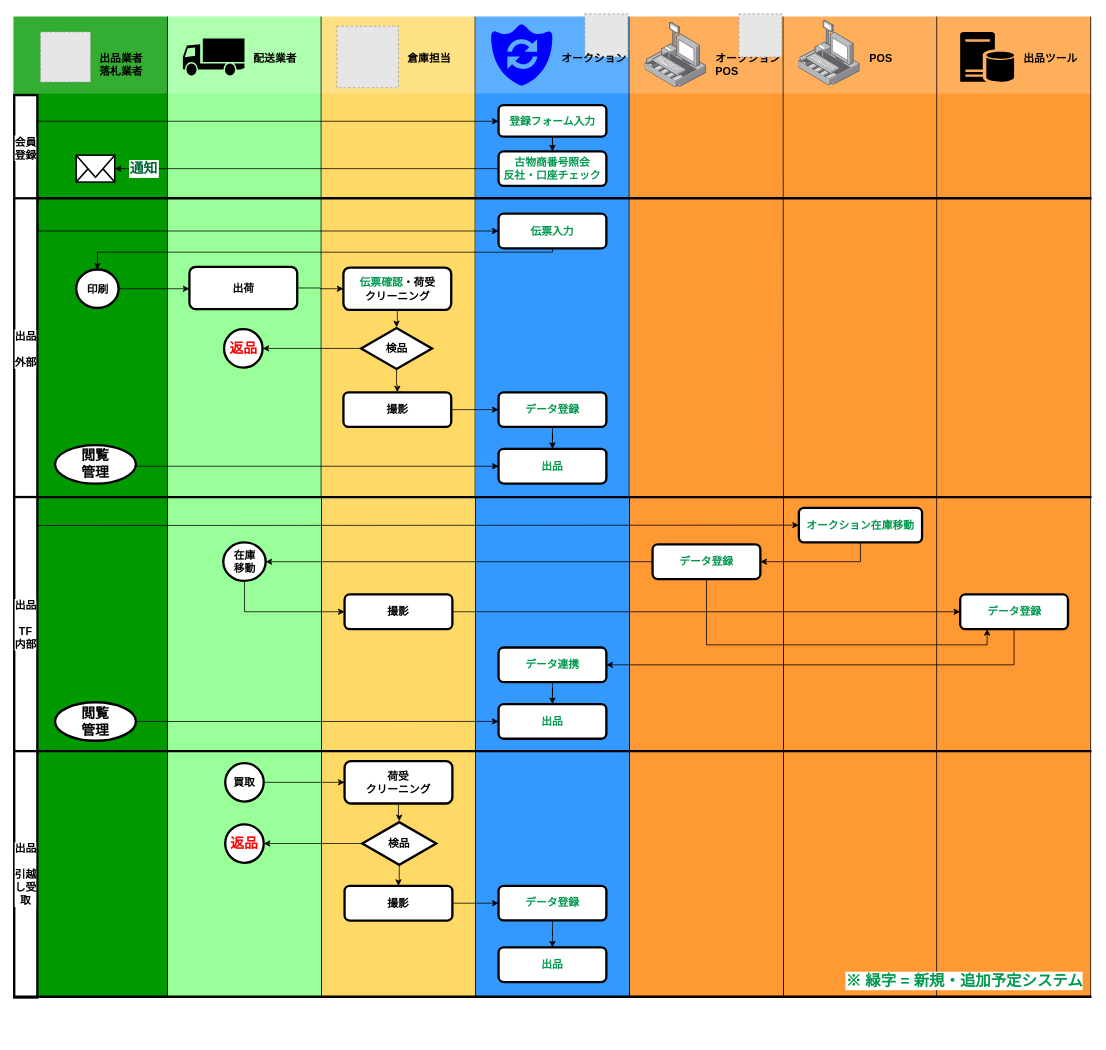
Earlier version of the draw.io diagram 業務フロー図.drawio (cy-shuhei-ohno/test). Source tidied: cells renumbered, new cells numbered last; positions are measured from the earlier drawing's top-left corner, leaving out a move shared by most shapes. Both pictures are drawn from the tidied source at 77%, with x=0, y=0 at pixel (13, 13). Pictures stored in the file or linked from it are replaced by grey dashed boxes.
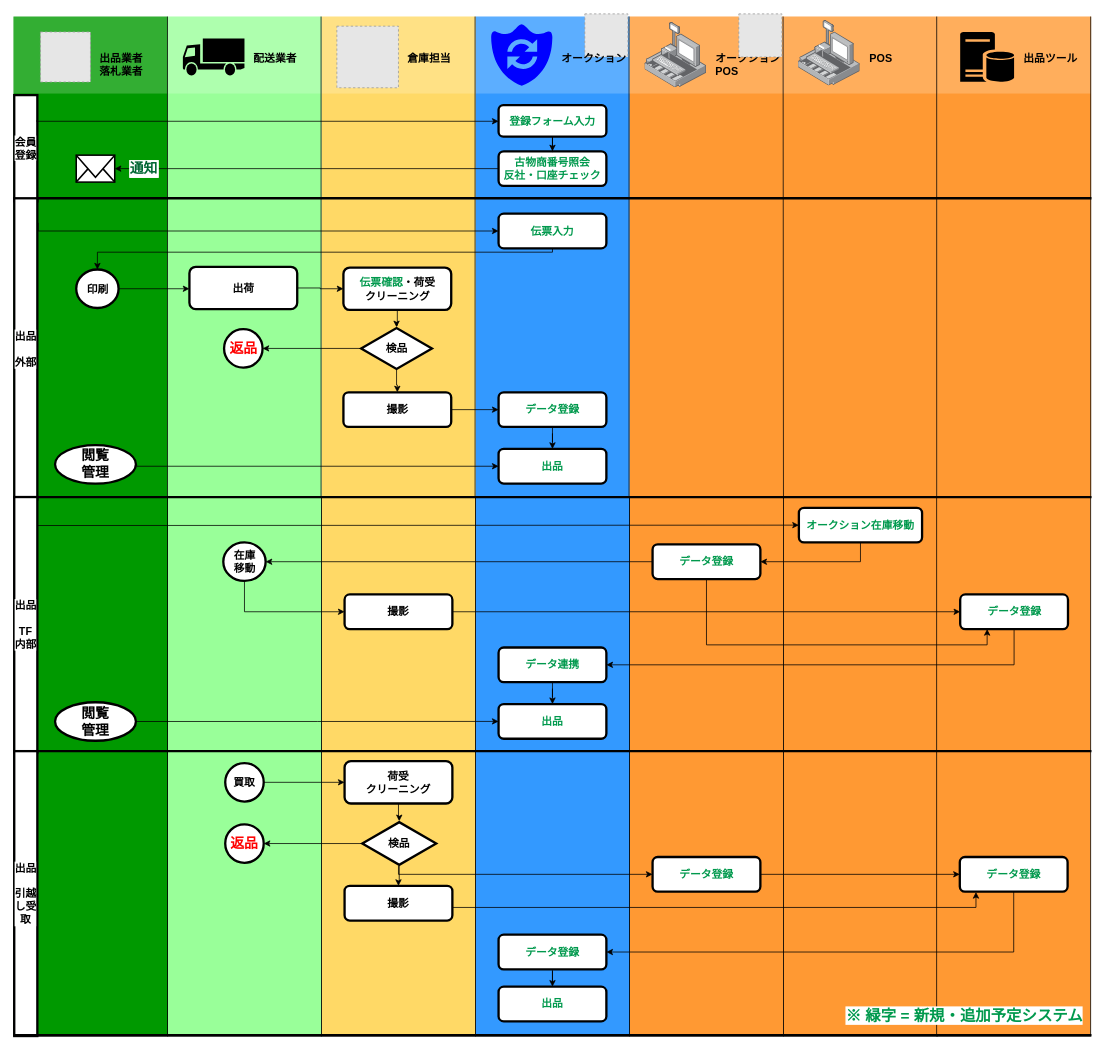
After the change.

Commit message:
Update 業務フロー図.drawio

Unchanged cells that the change refers to:
```xml
<mxCell id="103" value="検品" style="html=1;whiteSpace=wrap;shape=isoRectangle;labelBackgroundColor=#ffffff;strokeWidth=3;fontSize=14;align=center;fontStyle=1;" parent="1" vertex="1">
  <mxGeometry x="453" y="1049" width="96" height="58" as="geometry" />
</mxCell>
<mxCell id="105" value="撮影" style="rounded=1;whiteSpace=wrap;html=1;labelBackgroundColor=#ffffff;strokeWidth=3;fillColor=#FFFFFF;gradientColor=none;fontSize=14;fontColor=#000000;align=center;fontStyle=1;" parent="1" vertex="1">
  <mxGeometry x="430" y="1133" width="140" height="45" as="geometry" />
</mxCell>
```

Diff of the diagram source:
```diff
@@
     <mxCell id="2" style="whiteSpace=wrap;html=1;labelBackgroundColor=#ffffff;fontSize=14;fontColor=#0000FF;align=left;strokeColor=#000000;fillColor=#FF9933;" parent="1" vertex="1">
-      <mxGeometry x="1000" y="628" width="200" height="650" as="geometry" />
+      <mxGeometry x="1000" y="628" width="200" height="700" as="geometry" />
     </mxCell>
     <mxCell id="3" style="whiteSpace=wrap;html=1;labelBackgroundColor=#ffffff;fontSize=14;fontColor=#0000FF;align=left;strokeColor=#000000;fillColor=#FF9933;" parent="1" vertex="1">
-      <mxGeometry x="1199" y="628" width="200" height="650" as="geometry" />
+      <mxGeometry x="1199" y="628" width="200" height="700" as="geometry" />
     </mxCell>
@@
     <mxCell id="5" style="whiteSpace=wrap;html=1;labelBackgroundColor=#ffffff;fontSize=14;fontColor=#0000FF;align=left;strokeColor=#000000;fillColor=#FF9933;" parent="1" vertex="1">
-      <mxGeometry x="800" y="628" width="200" height="650" as="geometry" />
+      <mxGeometry x="800" y="628" width="200" height="700" as="geometry" />
     </mxCell>
     <mxCell id="6" style="whiteSpace=wrap;html=1;labelBackgroundColor=#ffffff;fontSize=14;fontColor=#0000FF;align=left;strokeColor=#000000;fillColor=#3399FF;" parent="1" vertex="1">
-      <mxGeometry x="600" y="628" width="200" height="650" as="geometry" />
+      <mxGeometry x="600" y="628" width="200" height="700" as="geometry" />
     </mxCell>
     <mxCell id="7" style="whiteSpace=wrap;html=1;labelBackgroundColor=#ffffff;fontSize=14;fontColor=#0000FF;align=left;strokeColor=#000000;fillColor=#FFD966;" parent="1" vertex="1">
-      <mxGeometry x="400" y="628" width="200" height="650" as="geometry" />
+      <mxGeometry x="400" y="628" width="200" height="700" as="geometry" />
     </mxCell>
     <mxCell id="8" style="whiteSpace=wrap;html=1;labelBackgroundColor=#ffffff;fontSize=14;fontColor=#99FF99;align=left;strokeColor=#000000;fillColor=#99FF99;" parent="1" vertex="1">
-      <mxGeometry x="200" y="628" width="200" height="650" as="geometry" />
+      <mxGeometry x="200" y="628" width="200" height="700" as="geometry" />
     </mxCell>
     <mxCell id="9" style="whiteSpace=wrap;html=1;labelBackgroundColor=#ffffff;fontSize=14;fontColor=#0000FF;align=left;strokeColor=#000000;fillColor=#009900;" parent="1" vertex="1">
-      <mxGeometry y="628" width="200" height="650" as="geometry" />
+      <mxGeometry y="628" width="200" height="700" as="geometry" />
     </mxCell>
@@
     <mxCell id="97" value="出品&lt;br&gt;&lt;br&gt;引越し受取&lt;br&gt;" style="rounded=0;whiteSpace=wrap;html=1;labelBackgroundColor=#ffffff;strokeWidth=3;fillColor=#FFFFFF;gradientColor=none;fontSize=14;fontColor=#000000;align=center;fontStyle=1;" parent="1" vertex="1">
-      <mxGeometry x="1" y="958" width="30" height="320" as="geometry" />
+      <mxGeometry x="1" y="958" width="30" height="370" as="geometry" />
     </mxCell>
     <mxCell id="98" style="endArrow=none;html=1;strokeWidth=3;fontSize=18;fontColor=#0000FF;" parent="1" edge="1">
       <mxGeometry relative="1" as="geometry">
-        <mxPoint x="1" y="1277" as="sourcePoint" />
-        <mxPoint x="1400" y="1277" as="targetPoint" />
+        <mxPoint x="1" y="1327" as="sourcePoint" />
+        <mxPoint x="1400" y="1327" as="targetPoint" />
       </mxGeometry>
     </mxCell>
@@
+    <mxCell id="119" style="edgeStyle=orthogonalEdgeStyle;rounded=0;jettySize=auto;html=1;entryX=0;entryY=0.5;entryDx=0;entryDy=0;" parent="1" edge="1" source="103" target="122">
+      <mxGeometry relative="1" as="geometry">
+        <Array as="points">
+          <mxPoint x="500" y="1118" />
+        </Array>
+      </mxGeometry>
+    </mxCell>
@@
-    <mxCell id="104" style="edgeStyle=orthogonalEdgeStyle;rounded=0;jettySize=auto;html=1;entryX=0;entryY=0.5;entryDx=0;entryDy=0;" parent="1" edge="1" source="105" target="110">
-      <mxGeometry relative="1" as="geometry" />
-    </mxCell>
+    <mxCell id="120" style="edgeStyle=orthogonalEdgeStyle;rounded=0;jettySize=auto;html=1;" parent="1" edge="1" source="105">
+      <mxGeometry relative="1" as="geometry">
+        <mxPoint x="1250" y="1141" as="targetPoint" />
+        <Array as="points">
+          <mxPoint x="570" y="1161" />
+          <mxPoint x="1250" y="1161" />
+        </Array>
+      </mxGeometry>
+    </mxCell>
@@
     <mxCell id="110" value="データ登録" style="rounded=1;whiteSpace=wrap;html=1;labelBackgroundColor=#ffffff;strokeWidth=3;fillColor=#FFFFFF;gradientColor=none;fontSize=14;fontColor=#00994D;align=center;fontStyle=1;" parent="1" vertex="1">
-      <mxGeometry x="630" y="1132.9" width="140" height="45" as="geometry" />
+      <mxGeometry x="630" y="1196.4" width="140" height="45" as="geometry" />
     </mxCell>
     <mxCell id="111" value="出品" style="rounded=1;whiteSpace=wrap;html=1;labelBackgroundColor=#ffffff;strokeWidth=3;fillColor=#FFFFFF;gradientColor=none;fontSize=14;fontColor=#00994D;align=center;fontStyle=1;" parent="1" vertex="1">
-      <mxGeometry x="630" y="1212.9" width="140" height="45" as="geometry" />
+      <mxGeometry x="630" y="1263.9" width="140" height="45" as="geometry" />
     </mxCell>
     <mxCell id="112" value="※ 緑字 = 新規・追加予定システム" style="text;html=1;align=right;verticalAlign=top;spacingTop=-4;fontSize=20;fontColor=#00994D;fontStyle=1;labelBackgroundColor=#ffffff;" parent="1" vertex="1">
-      <mxGeometry x="1159.5" y="1242" width="230" height="20" as="geometry" />
+      <mxGeometry x="1159.5" y="1286.5" width="230" height="20" as="geometry" />
     </mxCell>
@@
+    <mxCell id="121" style="edgeStyle=orthogonalEdgeStyle;rounded=0;jettySize=auto;html=1;" parent="1" edge="1" source="122" target="124">
+      <mxGeometry relative="1" as="geometry" />
+    </mxCell>
+    <mxCell id="122" value="データ登録" style="rounded=1;whiteSpace=wrap;html=1;labelBackgroundColor=#ffffff;strokeWidth=3;fillColor=#FFFFFF;gradientColor=none;fontSize=14;fontColor=#00994D;align=center;fontStyle=1;" parent="1" vertex="1">
+      <mxGeometry x="830" y="1095.5" width="140" height="45" as="geometry" />
+    </mxCell>
+    <mxCell id="123" style="edgeStyle=orthogonalEdgeStyle;rounded=0;jettySize=auto;html=1;entryX=1;entryY=0.5;entryDx=0;entryDy=0;" parent="1" edge="1" source="124" target="110">
+      <mxGeometry relative="1" as="geometry">
+        <Array as="points">
+          <mxPoint x="1299" y="1219" />
+        </Array>
+      </mxGeometry>
+    </mxCell>
+    <mxCell id="124" value="データ登録" style="rounded=1;whiteSpace=wrap;html=1;labelBackgroundColor=#ffffff;strokeWidth=3;fillColor=#FFFFFF;gradientColor=none;fontSize=14;fontColor=#00994D;align=center;fontStyle=1;" parent="1" vertex="1">
+      <mxGeometry x="1229" y="1095.5" width="140" height="45" as="geometry" />
+    </mxCell>
```
